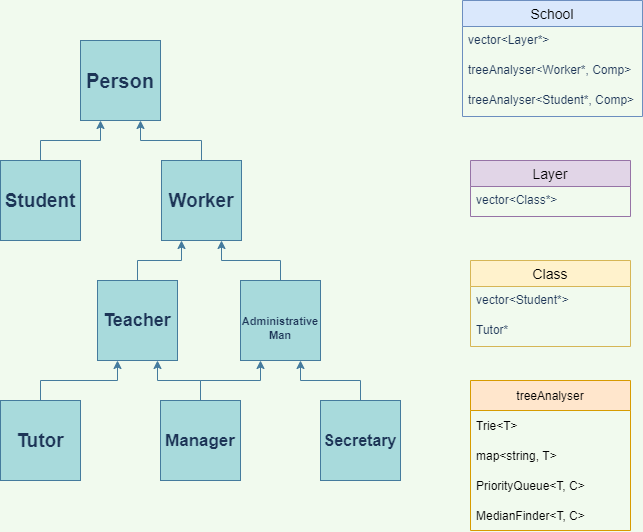
Earlier version of the draw.io export Block diagram.png (ofir-tan/School-Super-Data-Structure). Source tidied: cells renumbered, new cells last; positions are measured from the earlier drawing's top-left corner, leaving out a move shared by most shapes.
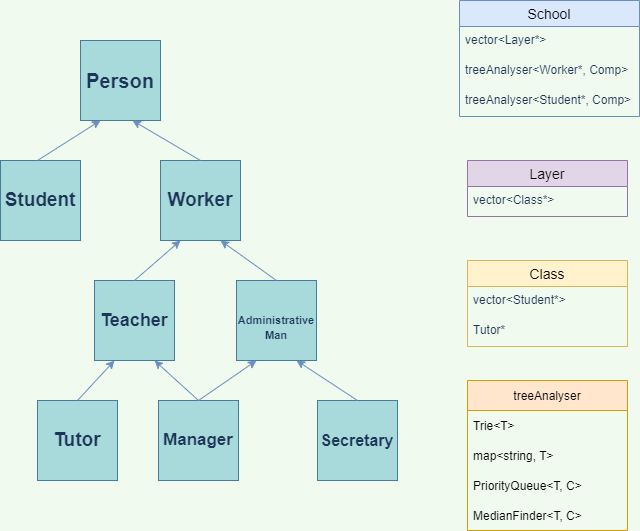
After the commit.

What changed in the source:
```diff
@@ -2,71 +2,29 @@
   <root>
     <mxCell id="0" />
     <mxCell id="1" parent="0" />
-    <mxCell id="2" style="edgeStyle=orthogonalEdgeStyle;rounded=0;jettySize=auto;html=1;exitX=0.5;exitY=0;exitDx=0;exitDy=0;entryX=0.25;entryY=1;entryDx=0;entryDy=0;labelBackgroundColor=#F1FAEE;strokeColor=#457B9D;fontColor=#1D3557;" parent="1" edge="1" source="3" target="10">
-      <mxGeometry relative="1" as="geometry">
-        <Array as="points">
-          <mxPoint x="40" y="380" />
-          <mxPoint x="117" y="380" />
-        </Array>
-      </mxGeometry>
-    </mxCell>
     <mxCell id="3" value="&lt;b&gt;&lt;font style=&quot;font-size: 19px&quot;&gt;Tutor&lt;/font&gt;&lt;/b&gt;" style="whiteSpace=wrap;html=1;fillColor=#A8DADC;strokeColor=#457B9D;fontColor=#1D3557;" parent="1" vertex="1">
-      <mxGeometry y="400" width="80" height="80" as="geometry" />
+      <mxGeometry x="40" y="400" width="80" height="80" as="geometry" />
     </mxCell>
-    <mxCell id="4" style="edgeStyle=orthogonalEdgeStyle;rounded=0;jettySize=auto;html=1;exitX=0.25;exitY=0;exitDx=0;exitDy=0;entryX=0.75;entryY=1;entryDx=0;entryDy=0;fontSize=16;labelBackgroundColor=#F1FAEE;strokeColor=#457B9D;fontColor=#1D3557;" parent="1" edge="1" source="6" target="10">
-      <mxGeometry relative="1" as="geometry">
-        <Array as="points">
-          <mxPoint x="200" y="400" />
-          <mxPoint x="200" y="380" />
-          <mxPoint x="157" y="380" />
-        </Array>
-      </mxGeometry>
-    </mxCell>
-    <mxCell id="5" style="edgeStyle=orthogonalEdgeStyle;rounded=0;jettySize=auto;html=1;exitX=0.75;exitY=0;exitDx=0;exitDy=0;fontSize=16;labelBackgroundColor=#F1FAEE;strokeColor=#457B9D;fontColor=#1D3557;" parent="1" edge="1" source="6">
-      <mxGeometry relative="1" as="geometry">
-        <mxPoint x="260" y="360" as="targetPoint" />
-        <Array as="points">
-          <mxPoint x="200" y="400" />
-          <mxPoint x="200" y="380" />
-          <mxPoint x="260" y="380" />
-        </Array>
-      </mxGeometry>
-    </mxCell>
     <mxCell id="6" value="&lt;b&gt;&lt;font style=&quot;font-size: 17px&quot;&gt;Manager&lt;/font&gt;&lt;/b&gt;" style="whiteSpace=wrap;html=1;fillColor=#A8DADC;strokeColor=#457B9D;fontColor=#1D3557;" parent="1" vertex="1">
-      <mxGeometry x="160" y="400" width="80" height="80" as="geometry" />
+      <mxGeometry x="161" y="400" width="80" height="80" as="geometry" />
     </mxCell>
-    <mxCell id="7" style="edgeStyle=orthogonalEdgeStyle;rounded=0;jettySize=auto;html=1;exitX=0.5;exitY=0;exitDx=0;exitDy=0;entryX=0.75;entryY=1;entryDx=0;entryDy=0;fontSize=16;labelBackgroundColor=#F1FAEE;strokeColor=#457B9D;fontColor=#1D3557;" parent="1" edge="1" source="8" target="14">
-      <mxGeometry relative="1" as="geometry" />
-    </mxCell>
     <mxCell id="8" value="&lt;br&gt;&lt;font style=&quot;font-size: 11px&quot;&gt;&lt;font face=&quot;helvetica&quot; style=&quot;font-size: 11px&quot;&gt;&lt;b&gt;Administrative&lt;br&gt;Man&lt;/b&gt;&lt;/font&gt;&lt;br&gt;&lt;/font&gt;" style="whiteSpace=wrap;html=1;fillColor=#A8DADC;strokeColor=#457B9D;fontColor=#1D3557;" parent="1" vertex="1">
-      <mxGeometry x="240" y="280" width="80" height="80" as="geometry" />
+      <mxGeometry x="239" y="280" width="80" height="80" as="geometry" />
     </mxCell>
-    <mxCell id="9" style="edgeStyle=orthogonalEdgeStyle;rounded=0;jettySize=auto;html=1;exitX=0.5;exitY=0;exitDx=0;exitDy=0;entryX=0.25;entryY=1;entryDx=0;entryDy=0;fontSize=16;labelBackgroundColor=#F1FAEE;strokeColor=#457B9D;fontColor=#1D3557;" parent="1" edge="1" source="10" target="14">
-      <mxGeometry relative="1" as="geometry" />
-    </mxCell>
     <mxCell id="10" value="&lt;b&gt;&lt;font style=&quot;font-size: 18px&quot;&gt;Teacher&lt;/font&gt;&lt;/b&gt;" style="whiteSpace=wrap;html=1;fillColor=#A8DADC;strokeColor=#457B9D;fontColor=#1D3557;" parent="1" vertex="1">
       <mxGeometry x="97" y="280" width="80" height="80" as="geometry" />
     </mxCell>
-    <mxCell id="11" style="edgeStyle=orthogonalEdgeStyle;rounded=0;jettySize=auto;html=1;exitX=0.5;exitY=0;exitDx=0;exitDy=0;fontSize=16;labelBackgroundColor=#F1FAEE;strokeColor=#457B9D;fontColor=#1D3557;entryX=0.75;entryY=1;entryDx=0;entryDy=0;" parent="1" edge="1" source="12" target="8">
-      <mxGeometry relative="1" as="geometry" />
-    </mxCell>
     <mxCell id="12" value="&lt;font face=&quot;helvetica&quot; size=&quot;1&quot;&gt;&lt;b style=&quot;font-size: 16px&quot;&gt;Secretary&lt;/b&gt;&lt;/font&gt;" style="whiteSpace=wrap;html=1;fillColor=#A8DADC;strokeColor=#457B9D;fontColor=#1D3557;" parent="1" vertex="1">
       <mxGeometry x="320" y="400" width="80" height="80" as="geometry" />
     </mxCell>
-    <mxCell id="13" style="edgeStyle=orthogonalEdgeStyle;rounded=0;jettySize=auto;html=1;exitX=0.5;exitY=0;exitDx=0;exitDy=0;entryX=0.75;entryY=1;entryDx=0;entryDy=0;fontSize=16;labelBackgroundColor=#F1FAEE;strokeColor=#457B9D;fontColor=#1D3557;" parent="1" edge="1" source="14" target="17">
-      <mxGeometry relative="1" as="geometry" />
-    </mxCell>
     <mxCell id="14" value="&lt;font face=&quot;helvetica&quot;&gt;&lt;span style=&quot;font-size: 19px&quot;&gt;&lt;b&gt;Worker&lt;br&gt;&lt;/b&gt;&lt;/span&gt;&lt;/font&gt;" style="whiteSpace=wrap;html=1;fillColor=#A8DADC;strokeColor=#457B9D;fontColor=#1D3557;" parent="1" vertex="1">
-      <mxGeometry x="161" y="160" width="80" height="80" as="geometry" />
+      <mxGeometry x="163" y="160" width="80" height="80" as="geometry" />
     </mxCell>
-    <mxCell id="15" style="edgeStyle=orthogonalEdgeStyle;rounded=0;jettySize=auto;html=1;exitX=0.5;exitY=0;exitDx=0;exitDy=0;entryX=0.25;entryY=1;entryDx=0;entryDy=0;fontSize=16;labelBackgroundColor=#F1FAEE;strokeColor=#457B9D;fontColor=#1D3557;" parent="1" edge="1" source="16" target="17">
-      <mxGeometry relative="1" as="geometry" />
-    </mxCell>
     <mxCell id="16" value="&lt;b&gt;&lt;font style=&quot;font-size: 19px&quot;&gt;Student&lt;/font&gt;&lt;/b&gt;" style="whiteSpace=wrap;html=1;fillColor=#A8DADC;strokeColor=#457B9D;fontColor=#1D3557;" parent="1" vertex="1">
-      <mxGeometry y="160" width="80" height="80" as="geometry" />
+      <mxGeometry x="3" y="160" width="80" height="80" as="geometry" />
     </mxCell>
     <mxCell id="17" value="&lt;font style=&quot;font-size: 20px&quot;&gt;&lt;b&gt;Person&lt;/b&gt;&lt;/font&gt;" style="whiteSpace=wrap;html=1;fillColor=#A8DADC;strokeColor=#457B9D;fontColor=#1D3557;" parent="1" vertex="1">
-      <mxGeometry x="80" y="40" width="80" height="80" as="geometry" />
+      <mxGeometry x="83" y="40" width="80" height="80" as="geometry" />
     </mxCell>
     <mxCell id="18" value="School" style="swimlane;fontStyle=0;horizontal=1;startSize=26;align=center;fontSize=14;fillColor=#dae8fc;strokeColor=#6c8ebf;" parent="1" vertex="1">
       <mxGeometry x="462" width="180" height="116" as="geometry" />
@@ -110,5 +68,31 @@
     <mxCell id="31" value="MedianFinder&lt;T, C&gt;" style="text;strokeColor=none;fillColor=none;align=left;verticalAlign=middle;spacingLeft=4;spacingRight=4;overflow=hidden;fontColor=default;" parent="27" vertex="1">
       <mxGeometry y="120" width="160" height="30" as="geometry" />
     </mxCell>
+    <mxCell id="2" style="endArrow=classic;html=1;rounded=0;entryX=0.25;entryY=1;entryDx=0;entryDy=0;fillColor=#dae8fc;strokeColor=#6c8ebf;strokeWidth=1;exitX=0.5;exitY=0;exitDx=0;exitDy=0;" parent="1" edge="1" source="3" target="10">
+      <mxGeometry relative="1" as="geometry" />
+    </mxCell>
+    <mxCell id="32" style="endArrow=classic;html=1;rounded=0;entryX=0.25;entryY=1;entryDx=0;entryDy=0;fillColor=#dae8fc;strokeColor=#6c8ebf;exitX=0.5;exitY=0;exitDx=0;exitDy=0;" parent="1" edge="1" source="6" target="8">
+      <mxGeometry relative="1" as="geometry" />
+    </mxCell>
+    <mxCell id="11" style="endArrow=classic;html=1;rounded=0;entryX=0.75;entryY=1;entryDx=0;entryDy=0;fillColor=#dae8fc;strokeColor=#6c8ebf;exitX=0.5;exitY=0;exitDx=0;exitDy=0;" parent="1" edge="1" source="12" target="8">
+      <mxGeometry relative="1" as="geometry" />
+    </mxCell>
+    <mxCell id="9" style="endArrow=classic;html=1;rounded=0;entryX=0.25;entryY=1;entryDx=0;entryDy=0;fillColor=#dae8fc;strokeColor=#6c8ebf;strokeWidth=1;exitX=0.5;exitY=0;exitDx=0;exitDy=0;" parent="1" edge="1" source="10" target="14">
+      <mxGeometry relative="1" as="geometry" />
+    </mxCell>
+    <mxCell id="7" style="endArrow=classic;html=1;rounded=0;fillColor=#dae8fc;strokeColor=#6c8ebf;exitX=0.5;exitY=0;exitDx=0;exitDy=0;entryX=0.75;entryY=1;entryDx=0;entryDy=0;" parent="1" edge="1" source="8" target="14">
+      <mxGeometry relative="1" as="geometry" />
+    </mxCell>
+    <mxCell id="4" style="endArrow=classic;html=1;rounded=0;fillColor=#dae8fc;strokeColor=#6c8ebf;entryX=0.75;entryY=1;entryDx=0;entryDy=0;exitX=0.5;exitY=0;exitDx=0;exitDy=0;" parent="1" edge="1" source="6" target="10">
+      <mxGeometry relative="1" as="geometry" />
+    </mxCell>
+    <mxCell id="33" style="endArrow=classic;html=1;rounded=0;entryX=0.25;entryY=1;entryDx=0;entryDy=0;fillColor=#dae8fc;strokeColor=#6c8ebf;strokeWidth=1;exitX=0.5;exitY=0;exitDx=0;exitDy=0;" parent="1" edge="1" target="17">
+      <mxGeometry relative="1" as="geometry">
+        <mxPoint x="40" y="160" as="sourcePoint" />
+      </mxGeometry>
+    </mxCell>
+    <mxCell id="13" style="endArrow=classic;html=1;rounded=0;fillColor=#dae8fc;strokeColor=#6c8ebf;exitX=0.5;exitY=0;exitDx=0;exitDy=0;entryX=0.65;entryY=1;entryDx=0;entryDy=0;entryPerimeter=0;" parent="1" edge="1" source="14" target="17">
+      <mxGeometry relative="1" as="geometry" />
+    </mxCell>
   </root>
 </mxGraphModel>
```
